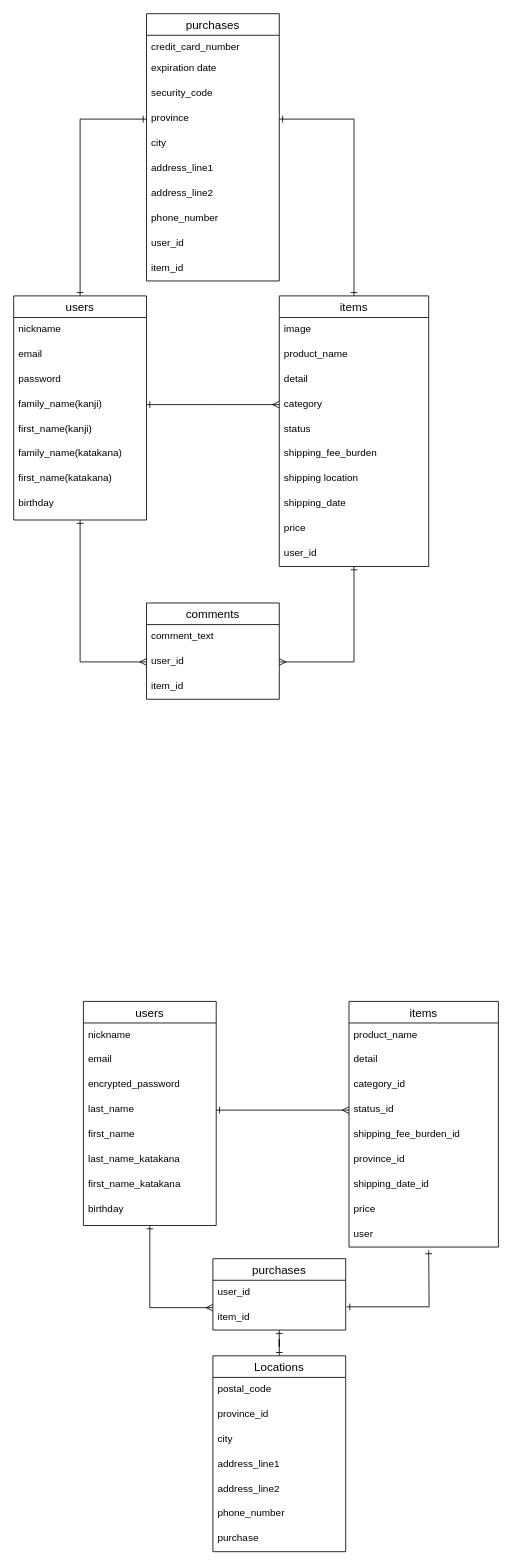
tkyktkmt/furima-34283 keeps this draw.io diagram as ERD.dio. Above is the earlier version. Source tidied: cells renumbered, new cells numbered last; positions are measured from the earlier drawing's top-left corner, leaving out a move shared by most shapes. Both pictures are drawn from the tidied source at 83%, with x=0, y=0 at pixel (13, 13).
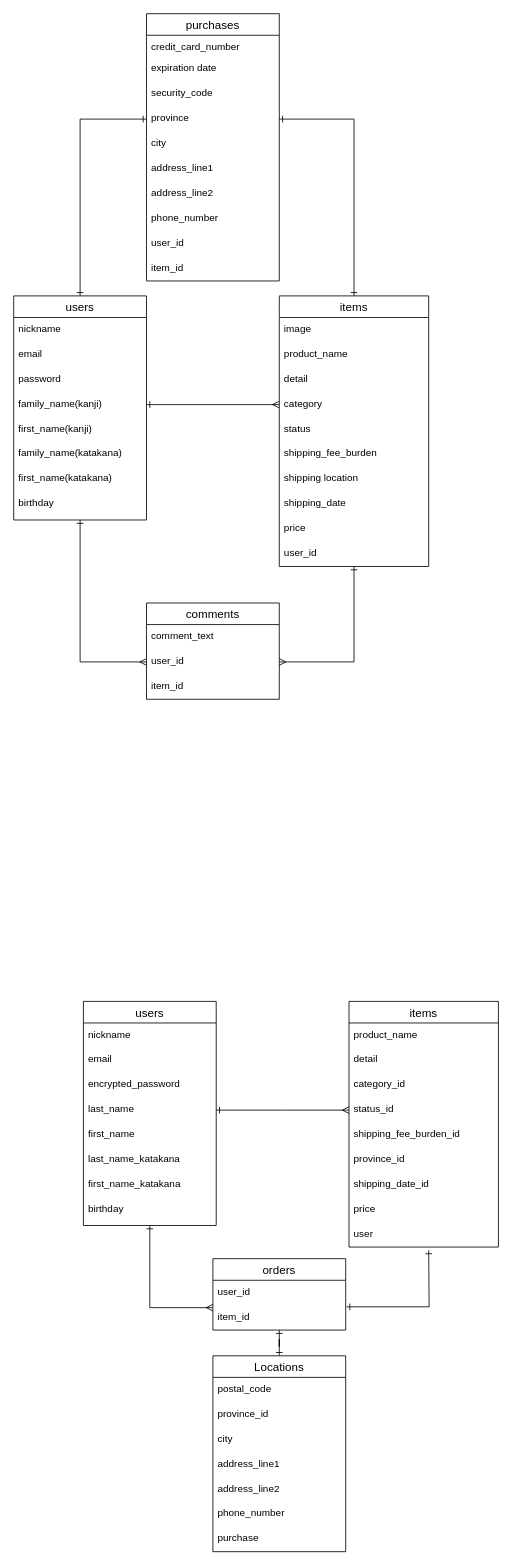
The same page after the edit.

The edit, as a diff of the source:
```diff
@@
-    <mxCell id="63" value="purchases" style="swimlane;fontStyle=0;horizontal=1;startSize=26;align=center;fontSize=14;" parent="1" vertex="1">
+    <mxCell id="63" value="orders" style="swimlane;fontStyle=0;horizontal=1;startSize=26;align=center;fontSize=14;" parent="1" vertex="1">
       <mxGeometry x="240" y="1500" width="160" height="86" as="geometry" />
     </mxCell>
```
